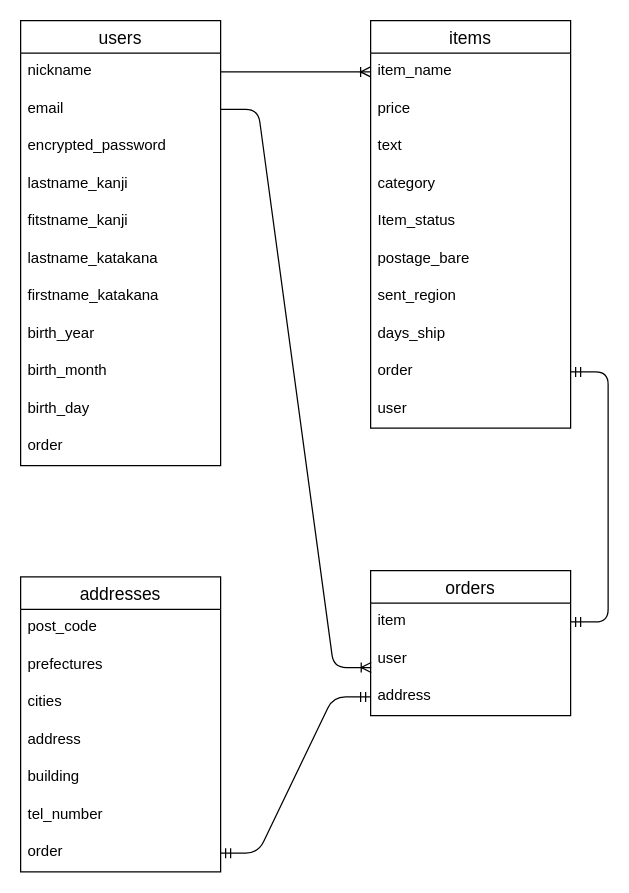
This is furima_ER.dio from MZYugu/furima-39058, a draw.io file, before an edit. Source tidied: cells renumbered, new cells numbered last; positions are measured from the earlier drawing's top-left corner, leaving out a move shared by most shapes. Both pictures are drawn from the tidied source at 125%, with x=0, y=0 at pixel (20, 20).
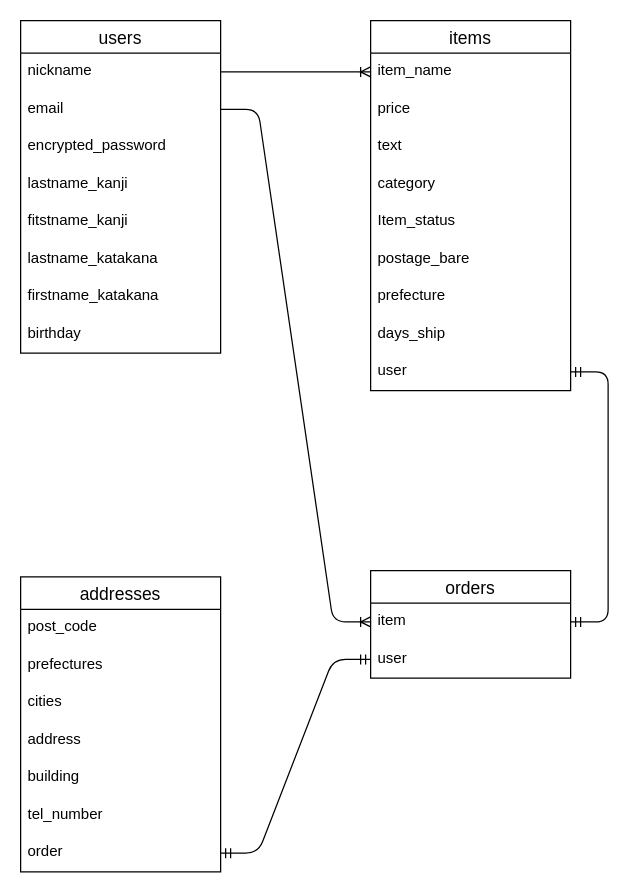
The same diagram, later.

Unchanged cells that the change refers to:
```xml
<mxCell id="4" value="email" style="text;strokeColor=none;fillColor=none;spacingLeft=4;spacingRight=4;overflow=hidden;points=[[0,0.5],[1,0.5]];portConstraint=eastwest;fontSize=12;" parent="2" vertex="1">
  <mxGeometry y="56" width="160" height="30" as="geometry" />
</mxCell>
<mxCell id="26" value="item" style="text;strokeColor=none;fillColor=none;spacingLeft=4;spacingRight=4;overflow=hidden;points=[[0,0.5],[1,0.5]];portConstraint=eastwest;fontSize=12;" parent="25" vertex="1">
  <mxGeometry y="26" width="160" height="30" as="geometry" />
</mxCell>
<mxCell id="27" value="user" style="text;strokeColor=none;fillColor=none;spacingLeft=4;spacingRight=4;overflow=hidden;points=[[0,0.5],[1,0.5]];portConstraint=eastwest;fontSize=12;" parent="25" vertex="1">
  <mxGeometry y="56" width="160" height="30" as="geometry" />
</mxCell>
<mxCell id="36" value="order" style="text;strokeColor=none;fillColor=none;spacingLeft=4;spacingRight=4;overflow=hidden;points=[[0,0.5],[1,0.5]];portConstraint=eastwest;fontSize=12;" parent="29" vertex="1">
  <mxGeometry y="206" width="160" height="30" as="geometry" />
</mxCell>
```

Diff of the diagram source:
```diff
@@
     <mxCell id="2" value="users" style="swimlane;fontStyle=0;horizontal=1;startSize=26;align=center;fontSize=14;" parent="1" vertex="1">
-      <mxGeometry width="160" height="356" as="geometry" />
+      <mxGeometry width="160" height="266" as="geometry" />
     </mxCell>
@@
-    <mxCell id="10" value="birth_year    " style="text;strokeColor=none;fillColor=none;spacingLeft=4;spacingRight=4;overflow=hidden;fontSize=12;" parent="2" vertex="1">
+    <mxCell id="10" value="birthday" style="text;strokeColor=none;fillColor=none;spacingLeft=4;spacingRight=4;overflow=hidden;fontSize=12;" parent="2" vertex="1">
       <mxGeometry y="236" width="160" height="30" as="geometry" />
     </mxCell>
-    <mxCell id="11" value="birth_month" style="text;strokeColor=none;fillColor=none;spacingLeft=4;spacingRight=4;overflow=hidden;fontSize=12;" parent="2" vertex="1">
-      <mxGeometry y="266" width="160" height="30" as="geometry" />
-    </mxCell>
-    <mxCell id="12" value="birth_day" style="text;strokeColor=none;fillColor=none;spacingLeft=4;spacingRight=4;overflow=hidden;fontSize=12;" parent="2" vertex="1">
-      <mxGeometry y="296" width="160" height="30" as="geometry" />
-    </mxCell>
-    <mxCell id="13" value="order" style="text;strokeColor=none;fillColor=none;spacingLeft=4;spacingRight=4;overflow=hidden;fontSize=12;" parent="2" vertex="1">
-      <mxGeometry y="326" width="160" height="30" as="geometry" />
-    </mxCell>
     <mxCell id="14" value="items" style="swimlane;fontStyle=0;horizontal=1;startSize=26;align=center;fontSize=14;" parent="1" vertex="1">
-      <mxGeometry x="280" width="160" height="326" as="geometry" />
+      <mxGeometry x="280" width="160" height="296" as="geometry" />
     </mxCell>
@@
-    <mxCell id="21" value="sent_region" style="text;strokeColor=none;fillColor=none;spacingLeft=4;spacingRight=4;overflow=hidden;fontSize=12;" parent="14" vertex="1">
+    <mxCell id="21" value="prefecture" style="text;strokeColor=none;fillColor=none;spacingLeft=4;spacingRight=4;overflow=hidden;fontSize=12;" parent="14" vertex="1">
       <mxGeometry y="206" width="160" height="30" as="geometry" />
     </mxCell>
@@
-    <mxCell id="23" value="order" style="text;strokeColor=none;fillColor=none;spacingLeft=4;spacingRight=4;overflow=hidden;points=[[0,0.5],[1,0.5]];portConstraint=eastwest;fontSize=12;" parent="14" vertex="1">
-      <mxGeometry y="266" width="160" height="30" as="geometry" />
-    </mxCell>
     <mxCell id="24" value="user" style="text;strokeColor=none;fillColor=none;spacingLeft=4;spacingRight=4;overflow=hidden;fontSize=12;" parent="14" vertex="1">
-      <mxGeometry y="296" width="160" height="30" as="geometry" />
+      <mxGeometry y="266" width="160" height="30" as="geometry" />
     </mxCell>
     <mxCell id="25" value="orders" style="swimlane;fontStyle=0;horizontal=1;startSize=26;align=center;fontSize=14;" parent="1" vertex="1">
-      <mxGeometry x="280" y="440" width="160" height="116" as="geometry" />
+      <mxGeometry x="280" y="440" width="160" height="86" as="geometry" />
     </mxCell>
@@
-    <mxCell id="28" value="address" style="text;strokeColor=none;fillColor=none;spacingLeft=4;spacingRight=4;overflow=hidden;points=[[0,0.5],[1,0.5]];portConstraint=eastwest;fontSize=12;" parent="25" vertex="1">
-      <mxGeometry y="86" width="160" height="30" as="geometry" />
-    </mxCell>
@@
-    <mxCell id="38" style="edgeStyle=entityRelationEdgeStyle;fontSize=12;html=1;endArrow=ERoneToMany;exitX=1;exitY=0.5;exitDx=0;exitDy=0;entryX=0.003;entryY=0.718;entryDx=0;entryDy=0;entryPerimeter=0;" parent="1" edge="1" source="4" target="27">
+    <mxCell id="38" style="edgeStyle=entityRelationEdgeStyle;fontSize=12;html=1;endArrow=ERoneToMany;exitX=1;exitY=0.5;exitDx=0;exitDy=0;entryX=0;entryY=0.5;entryDx=0;entryDy=0;" parent="1" edge="1" source="4" target="26">
       <mxGeometry relative="1" as="geometry" />
     </mxCell>
-    <mxCell id="39" style="edgeStyle=entityRelationEdgeStyle;fontSize=12;html=1;endArrow=ERmandOne;startArrow=ERmandOne;entryX=0;entryY=0.5;entryDx=0;entryDy=0;" parent="1" edge="1" source="36" target="28">
+    <mxCell id="39" style="edgeStyle=entityRelationEdgeStyle;fontSize=12;html=1;endArrow=ERmandOne;startArrow=ERmandOne;entryX=0;entryY=0.5;entryDx=0;entryDy=0;" parent="1" edge="1" source="36" target="27">
       <mxGeometry relative="1" as="geometry" />
     </mxCell>
-    <mxCell id="40" style="edgeStyle=entityRelationEdgeStyle;fontSize=12;html=1;endArrow=ERmandOne;startArrow=ERmandOne;exitX=1;exitY=0.5;exitDx=0;exitDy=0;entryX=1;entryY=0.5;entryDx=0;entryDy=0;" parent="1" edge="1" source="23" target="26">
-      <mxGeometry relative="1" as="geometry" />
+    <mxCell id="40" style="edgeStyle=entityRelationEdgeStyle;fontSize=12;html=1;endArrow=ERmandOne;startArrow=ERmandOne;exitX=1;exitY=0.5;exitDx=0;exitDy=0;entryX=1;entryY=0.5;entryDx=0;entryDy=0;" parent="1" edge="1" target="26">
+      <mxGeometry relative="1" as="geometry">
+        <mxPoint x="440" y="281" as="sourcePoint" />
+      </mxGeometry>
     </mxCell>
```
